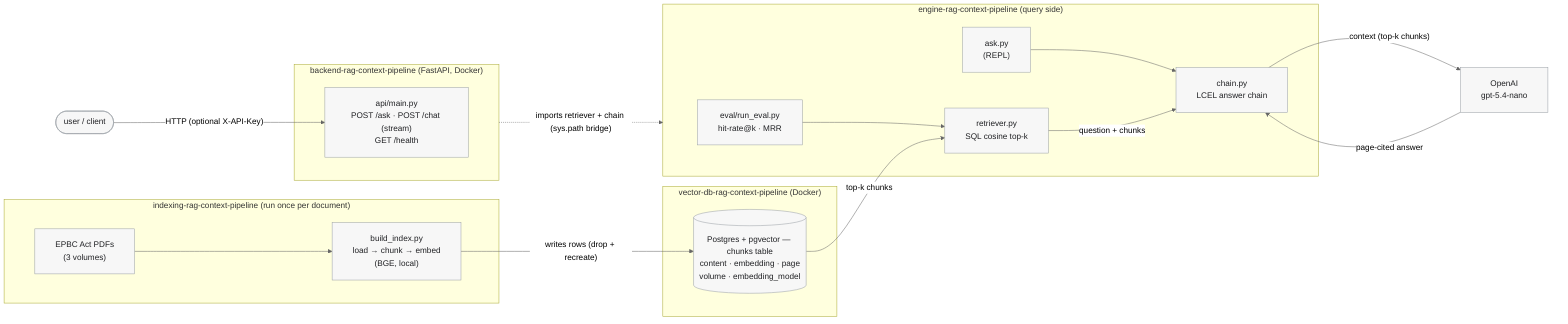
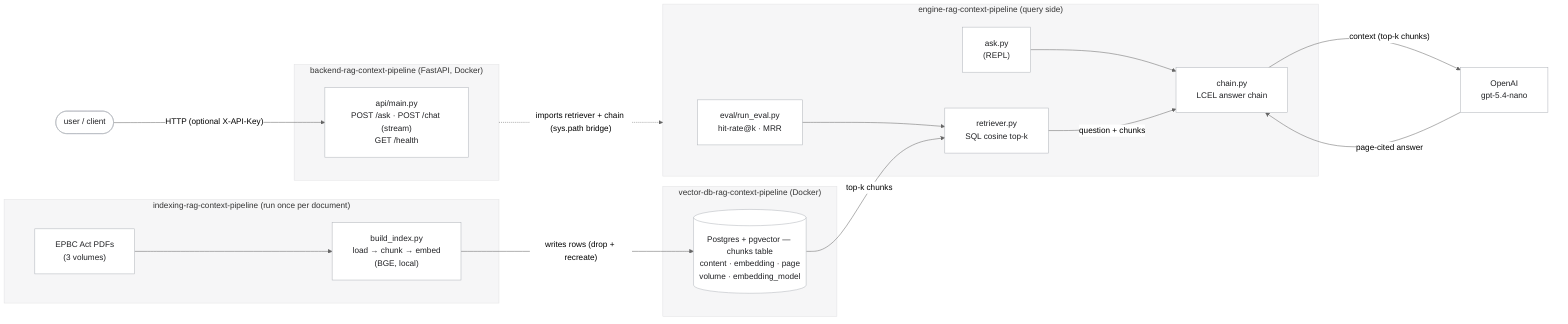
- %%{init: {"theme":"neutral","themeVariables":{"clusterBkg":"#ffffde","clusterBorder":"#aaaa33"},"flowchart":{"nodeSpacing":70,"rankSpacing":120,"padding":20}}}%%
+ %%{init: {"theme":"neutral","flowchart":{"nodeSpacing":70,"rankSpacing":120,"padding":20}}}%%
flowchart LR
    subgraph engine["engine-rag-context-pipeline (query side)"]
        eval["eval/run_eval.py<br/>hit-rate@k · MRR"]
        ret["retriever.py<br/>SQL cosine top-k"]
        repl["ask.py<br/>(REPL)"]
        chain["chain.py<br/>LCEL answer chain"]
        eval --> ret
        repl --> chain
        ret -- "question + chunks" --> chain
    end

    openai["OpenAI<br/>gpt-5.4-nano"]
    chain -- "context (top-k chunks)" --> openai
    openai -- "page-cited answer" --> chain

    client(["user / client"])

    subgraph backend["backend-rag-context-pipeline (FastAPI, Docker)"]
        api["api/main.py<br/>POST /ask · POST /chat (stream)<br/>GET /health"]
    end
    client -- "HTTP (optional X-API-Key)" --> api
    backend -. "imports retriever + chain (sys.path bridge)" .-> engine

    subgraph indexing["indexing-rag-context-pipeline (run once per document)"]
        pdf["EPBC Act PDFs<br/>(3 volumes)"] --> build["build_index.py<br/>load → chunk → embed<br/>(BGE, local)"]
    end

    subgraph vectordb["vector-db-rag-context-pipeline (Docker)"]
        db[("Postgres + pgvector — chunks table<br/>content · embedding · page<br/>volume · embedding_model")]
    end

    build -- "writes rows (drop + recreate)" --> db
    db -- "top-k chunks" --> ret

-     classDef leaf fill:#f7f7f7,stroke:#9aa0a6,stroke-width:1px,color:#202124;
+     classDef leaf fill:#ffffff,stroke:#b0b4ba,stroke-width:1px,color:#202124;
    class eval,ret,repl,chain,openai,api,pdf,build,db,client leaf;
+ 
+     %% subgraph background (uniform very light grey)
+     style indexing fill:#f6f6f7,stroke:#e2e2e4
+     style vectordb fill:#f6f6f7,stroke:#e2e2e4
+     style engine   fill:#f6f6f7,stroke:#e2e2e4
+     style backend  fill:#f6f6f7,stroke:#e2e2e4
